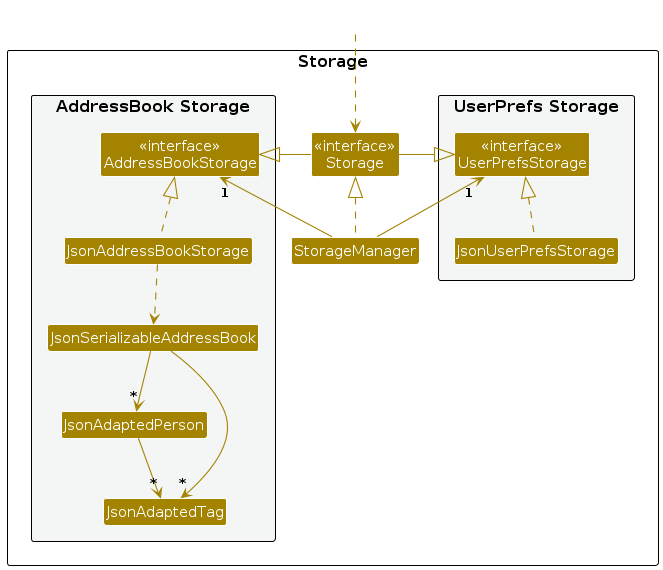
Earlier version of the PlantUML export diagrams/StorageClassDiagram.png (AY2324S2-CS2103T-T11-3/tp). Its source is kept beside it as diagrams/StorageClassDiagram.puml. Source of this version:
```plantuml
@startuml
!include style.puml
skinparam arrowThickness 1.1
skinparam arrowColor STORAGE_COLOR
skinparam classBackgroundColor STORAGE_COLOR

package Storage as StoragePackage {

package "UserPrefs Storage" #F4F6F6{
Class "<<interface>>\nUserPrefsStorage" as UserPrefsStorage
Class JsonUserPrefsStorage
}

Class "<<interface>>\nStorage" as Storage
Class StorageManager

package "AddressBook Storage" #F4F6F6{
Class "<<interface>>\nAddressBookStorage" as AddressBookStorage
Class JsonAddressBookStorage
Class JsonSerializableAddressBook
Class JsonAdaptedPerson
Class JsonAdaptedTag
}

}

Class HiddenOutside #FFFFFF
HiddenOutside ..> Storage

StorageManager .up.|> Storage
StorageManager -up-> "1" UserPrefsStorage
StorageManager -up-> "1" AddressBookStorage

Storage -left-|> UserPrefsStorage
Storage -right-|> AddressBookStorage

JsonUserPrefsStorage .up.|> UserPrefsStorage
JsonAddressBookStorage .up.|> AddressBookStorage
JsonAddressBookStorage ..> JsonSerializableAddressBook
JsonSerializableAddressBook --> "*" JsonAdaptedPerson
JsonAdaptedPerson --> "*" JsonAdaptedTag

JsonSerializableAddressBook --> "*" JsonAdaptedTag

@enduml
```
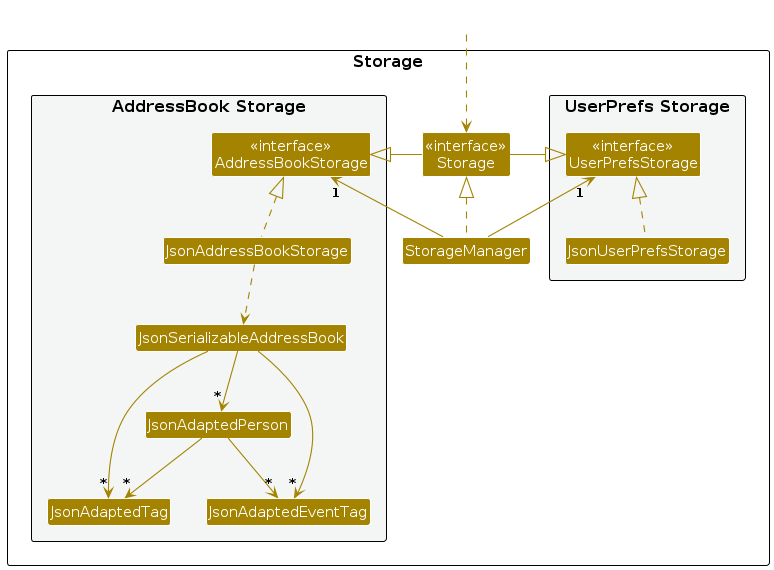
Above is the later version.

Change to the diagram source:
```diff
@@ -20,6 +20,7 @@
 Class JsonSerializableAddressBook
 Class JsonAdaptedPerson
 Class JsonAdaptedTag
+Class JsonAdaptedEventTag
 }
 
 }
@@ -39,7 +40,9 @@
 JsonAddressBookStorage ..> JsonSerializableAddressBook
 JsonSerializableAddressBook --> "*" JsonAdaptedPerson
 JsonAdaptedPerson --> "*" JsonAdaptedTag
+JsonAdaptedPerson --> "*" JsonAdaptedEventTag
 
 JsonSerializableAddressBook --> "*" JsonAdaptedTag
+JsonSerializableAddressBook --> "*" JsonAdaptedEventTag
 
 @enduml
```
